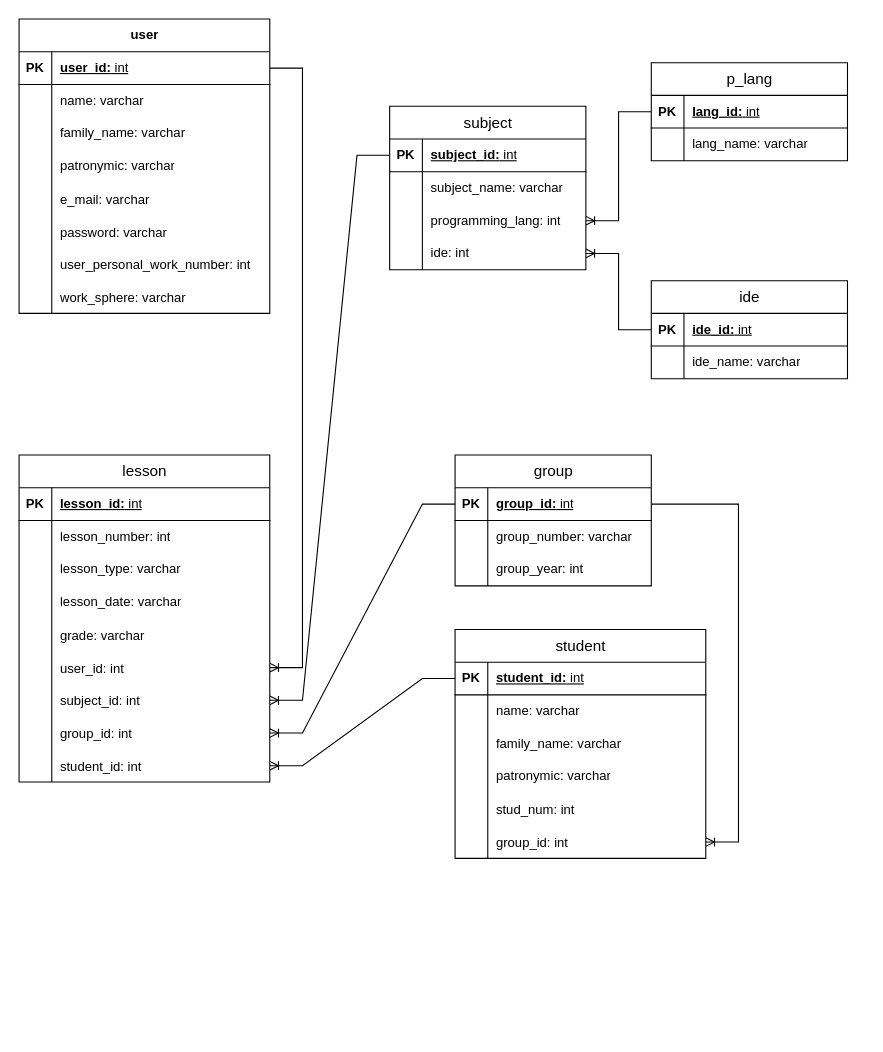
PaulMatthewss/PP2 keeps this draw.io diagram as ERD_logical.drawio. Above is the earlier version. Source tidied: cells renumbered, new cells numbered last; positions are measured from the earlier drawing's top-left corner, leaving out a move shared by most shapes. Both pictures are drawn from the tidied source at 109%, with x=0, y=0 at pixel (19, 19).
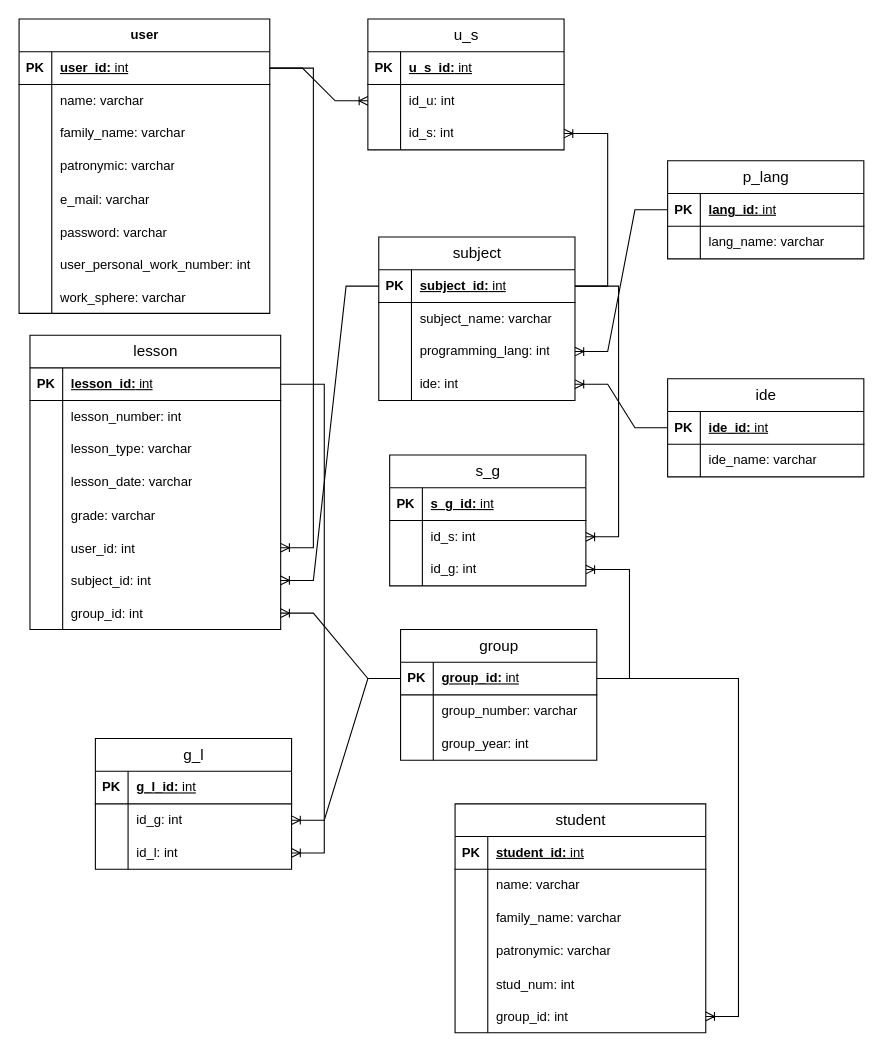
Above is the later version.

The change refers to these unchanged cells:
```xml
<mxCell id="5" style="shape=tableRow;horizontal=0;startSize=0;swimlaneHead=0;swimlaneBody=0;fillColor=none;points=[[0,0.5],[1,0.5]];portConstraint=eastwest;top=0;left=0;right=0;bottom=1;" parent="4" vertex="1">
  <mxGeometry y="30" width="230" height="30" as="geometry" />
</mxCell>
<mxCell id="30" style="shape=tableRow;horizontal=0;startSize=0;swimlaneHead=0;swimlaneBody=0;fillColor=none;points=[[0,0.5],[1,0.5]];portConstraint=eastwest;top=0;left=0;right=0;bottom=1;" parent="29" vertex="1">
  <mxGeometry y="30" width="180" height="30" as="geometry" />
</mxCell>
<mxCell id="36" style="shape=tableRow;horizontal=0;startSize=0;swimlaneHead=0;swimlaneBody=0;fillColor=none;points=[[0,0.5],[1,0.5]];portConstraint=eastwest;top=0;left=0;right=0;bottom=0;" parent="29" vertex="1">
  <mxGeometry y="90" width="180" height="30" as="geometry" />
</mxCell>
<mxCell id="39" style="shape=tableRow;horizontal=0;startSize=0;swimlaneHead=0;swimlaneBody=0;fillColor=none;points=[[0,0.5],[1,0.5]];portConstraint=eastwest;top=0;left=0;right=0;bottom=0;" parent="29" vertex="1">
  <mxGeometry y="120" width="180" height="30" as="geometry" />
</mxCell>
<mxCell id="57" style="shape=tableRow;horizontal=0;startSize=0;swimlaneHead=0;swimlaneBody=0;fillColor=none;points=[[0,0.5],[1,0.5]];portConstraint=eastwest;top=0;left=0;right=0;bottom=1;" parent="56" vertex="1">
  <mxGeometry y="30" width="180" height="30" as="geometry" />
</mxCell>
<mxCell id="67" style="shape=tableRow;horizontal=0;startSize=0;swimlaneHead=0;swimlaneBody=0;fillColor=none;points=[[0,0.5],[1,0.5]];portConstraint=eastwest;top=0;left=0;right=0;bottom=1;" parent="66" vertex="1">
  <mxGeometry y="30" width="230" height="30" as="geometry" />
</mxCell>
<mxCell id="86" style="shape=tableRow;horizontal=0;startSize=0;swimlaneHead=0;swimlaneBody=0;fillColor=none;points=[[0,0.5],[1,0.5]];portConstraint=eastwest;top=0;left=0;right=0;bottom=1;" parent="85" vertex="1">
  <mxGeometry y="30" width="230" height="30" as="geometry" />
</mxCell>
```

Diff of the diagram source:
```diff
@@
     <mxCell id="2" style="edgeStyle=entityRelationEdgeStyle;fontSize=12;html=1;endArrow=ERoneToMany;rounded=0;" parent="1" edge="1" source="49" target="39">
       <mxGeometry relative="1" as="geometry">
         <Array as="points">
-          <mxPoint x="556" y="795" />
+          <mxPoint x="571" y="885" />
         </Array>
       </mxGeometry>
     </mxCell>
     <mxCell id="3" style="edgeStyle=entityRelationEdgeStyle;fontSize=12;html=1;endArrow=ERoneToMany;rounded=0;" parent="1" edge="1" source="42" target="36">
       <mxGeometry relative="1" as="geometry">
         <Array as="points">
-          <mxPoint x="490" y="610" />
-          <mxPoint x="490" y="600" />
+          <mxPoint x="505" y="700" />
+          <mxPoint x="505" y="690" />
         </Array>
       </mxGeometry>
     </mxCell>
@@
     <mxCell id="29" value="&lt;span style=&quot;font-size: 14px; font-weight: 400; text-wrap: wrap;&quot;&gt;subject&lt;/span&gt;" style="shape=table;startSize=30;childLayout=tableLayout;rowLines=0;fontStyle=1;align=center;html=1;" parent="1" vertex="1">
-      <mxGeometry x="340" y="80" width="180" height="150" as="geometry" />
+      <mxGeometry x="330" y="200" width="180" height="150" as="geometry" />
     </mxCell>
@@
     <mxCell id="42" value="&lt;span style=&quot;font-size: 14px; font-weight: 400; text-wrap: wrap;&quot;&gt;p_lang&lt;/span&gt;" style="shape=table;startSize=30;childLayout=tableLayout;rowLines=0;fontStyle=1;align=center;html=1;" parent="1" vertex="1">
-      <mxGeometry x="580" y="40" width="180" height="90" as="geometry" />
+      <mxGeometry x="595" y="130" width="180" height="90" as="geometry" />
     </mxCell>
@@
     <mxCell id="49" value="&lt;span style=&quot;font-size: 14px; font-weight: 400; text-wrap: wrap;&quot;&gt;ide&lt;/span&gt;" style="shape=table;startSize=30;childLayout=tableLayout;rowLines=0;fontStyle=1;align=center;html=1;" parent="1" vertex="1">
-      <mxGeometry x="580" y="240" width="180" height="90" as="geometry" />
+      <mxGeometry x="595" y="330" width="180" height="90" as="geometry" />
     </mxCell>
@@
     <mxCell id="56" value="&lt;span style=&quot;font-size: 14px; font-weight: 400; text-wrap: wrap;&quot;&gt;group&lt;/span&gt;" style="shape=table;startSize=30;childLayout=tableLayout;rowLines=0;fontStyle=1;align=center;html=1;" parent="1" vertex="1">
-      <mxGeometry x="400" y="400" width="180" height="120" as="geometry" />
+      <mxGeometry x="350" y="560" width="180" height="120" as="geometry" />
     </mxCell>
@@
     <mxCell id="66" value="&lt;span style=&quot;font-size: 14px; font-weight: 400; text-wrap: wrap;&quot;&gt;student&lt;/span&gt;" style="shape=table;startSize=30;childLayout=tableLayout;rowLines=0;fontStyle=1;align=center;html=1;" parent="1" vertex="1">
-      <mxGeometry x="400" y="560" width="230" height="210" as="geometry" />
+      <mxGeometry x="400" y="720" width="230" height="210" as="geometry" />
     </mxCell>
@@
     <mxCell id="85" value="&lt;span style=&quot;font-size: 14px; font-weight: 400; text-wrap: wrap;&quot;&gt;lesson&lt;/span&gt;" style="shape=table;startSize=30;childLayout=tableLayout;rowLines=0;fontStyle=1;align=center;html=1;" parent="1" vertex="1">
-      <mxGeometry y="400" width="230" height="300" as="geometry" />
+      <mxGeometry x="10" y="290" width="230" height="270" as="geometry" />
     </mxCell>
@@
-    <mxCell id="110" style="shape=tableRow;horizontal=0;startSize=0;swimlaneHead=0;swimlaneBody=0;fillColor=none;points=[[0,0.5],[1,0.5]];portConstraint=eastwest;top=0;left=0;right=0;bottom=0;" parent="85" vertex="1">
-      <mxGeometry y="270" width="230" height="30" as="geometry" />
-    </mxCell>
-    <mxCell id="111" style="shape=partialRectangle;fillColor=none;top=0;left=0;bottom=0;right=0;overflow=hidden;" parent="110" vertex="1">
-      <mxGeometry width="30" height="30" as="geometry" />
-    </mxCell>
-    <mxCell id="112" value="student_id: int" style="shape=partialRectangle;fillColor=none;top=0;left=0;bottom=0;right=0;align=left;spacingLeft=6;overflow=hidden;" parent="110" vertex="1">
-      <mxGeometry x="30" width="200" height="30" as="geometry" />
-    </mxCell>
@@
-    <mxCell id="117" style="edgeStyle=entityRelationEdgeStyle;fontSize=12;html=1;endArrow=ERoneToMany;rounded=0;" parent="1" edge="1" source="67" target="110">
-      <mxGeometry relative="1" as="geometry" />
-    </mxCell>
+    <mxCell id="118" value="&lt;span style=&quot;font-size: 14px; font-weight: 400; text-wrap: wrap;&quot;&gt;u_s&lt;/span&gt;" style="shape=table;startSize=30;childLayout=tableLayout;rowLines=0;fontStyle=1;align=center;html=1;" parent="1" vertex="1">
+      <mxGeometry x="320" width="180" height="120" as="geometry" />
+    </mxCell>
+    <mxCell id="119" style="shape=tableRow;horizontal=0;startSize=0;swimlaneHead=0;swimlaneBody=0;fillColor=none;top=0;left=0;right=0;bottom=1;" parent="118" vertex="1">
+      <mxGeometry y="30" width="180" height="30" as="geometry" />
+    </mxCell>
+    <mxCell id="120" value="PK" style="shape=partialRectangle;fillColor=none;top=0;left=0;bottom=0;right=0;fontStyle=1;overflow=hidden;whiteSpace=wrap;html=1;" parent="119" vertex="1">
+      <mxGeometry width="30" height="30" as="geometry" />
+    </mxCell>
+    <mxCell id="121" value="&lt;div style=&quot;font-weight: 400; text-wrap: nowrap;&quot;&gt;&lt;span style=&quot;font-weight: 700; text-wrap: wrap;&quot;&gt;u_s_id:&lt;/span&gt;&amp;nbsp;int&lt;/div&gt;" style="shape=partialRectangle;fillColor=none;top=0;left=0;bottom=0;right=0;align=left;spacingLeft=6;fontStyle=5;overflow=hidden;whiteSpace=wrap;html=1;" parent="119" vertex="1">
+      <mxGeometry x="30" width="150" height="30" as="geometry" />
+    </mxCell>
+    <mxCell id="122" style="shape=tableRow;horizontal=0;startSize=0;swimlaneHead=0;swimlaneBody=0;fillColor=none;points=[[0,0.5],[1,0.5]];portConstraint=eastwest;top=0;left=0;right=0;bottom=0;" parent="118" vertex="1">
+      <mxGeometry y="60" width="180" height="30" as="geometry" />
+    </mxCell>
+    <mxCell id="123" style="shape=partialRectangle;fillColor=none;top=0;left=0;bottom=0;right=0;overflow=hidden;whiteSpace=wrap;html=1;" parent="122" vertex="1">
+      <mxGeometry width="30" height="30" as="geometry" />
+    </mxCell>
+    <mxCell id="124" value="&lt;div style=&quot;text-wrap: nowrap; text-align: justify;&quot;&gt;&lt;div style=&quot;text-align: left;&quot;&gt;&lt;span style=&quot;text-align: center; background-color: initial;&quot;&gt;id_u: int&lt;/span&gt;&lt;/div&gt;&lt;/div&gt;" style="shape=partialRectangle;fillColor=none;top=0;left=0;bottom=0;right=0;align=left;spacingLeft=6;overflow=hidden;whiteSpace=wrap;html=1;" parent="122" vertex="1">
+      <mxGeometry x="30" width="150" height="30" as="geometry" />
+    </mxCell>
+    <mxCell id="125" style="shape=tableRow;horizontal=0;startSize=0;swimlaneHead=0;swimlaneBody=0;fillColor=none;points=[[0,0.5],[1,0.5]];portConstraint=eastwest;top=0;left=0;right=0;bottom=0;" parent="118" vertex="1">
+      <mxGeometry y="90" width="180" height="30" as="geometry" />
+    </mxCell>
+    <mxCell id="126" style="shape=partialRectangle;fillColor=none;top=0;left=0;bottom=0;right=0;overflow=hidden;whiteSpace=wrap;html=1;" parent="125" vertex="1">
+      <mxGeometry width="30" height="30" as="geometry" />
+    </mxCell>
+    <mxCell id="127" value="&lt;div style=&quot;text-wrap: nowrap; text-align: justify;&quot;&gt;id_s: int&lt;/div&gt;" style="shape=partialRectangle;fillColor=none;top=0;left=0;bottom=0;right=0;align=left;spacingLeft=6;overflow=hidden;whiteSpace=wrap;html=1;" parent="125" vertex="1">
+      <mxGeometry x="30" width="150" height="30" as="geometry" />
+    </mxCell>
+    <mxCell id="128" style="edgeStyle=entityRelationEdgeStyle;fontSize=12;html=1;endArrow=ERoneToMany;rounded=0;" parent="1" edge="1" source="5" target="122">
+      <mxGeometry relative="1" as="geometry" />
+    </mxCell>
+    <mxCell id="129" style="edgeStyle=entityRelationEdgeStyle;fontSize=12;html=1;endArrow=ERoneToMany;rounded=0;" parent="1" edge="1" source="30" target="125">
+      <mxGeometry relative="1" as="geometry" />
+    </mxCell>
+    <mxCell id="130" value="&lt;span style=&quot;font-size: 14px; font-weight: 400; text-wrap: wrap;&quot;&gt;s_g&lt;/span&gt;" style="shape=table;startSize=30;childLayout=tableLayout;rowLines=0;fontStyle=1;align=center;html=1;" parent="1" vertex="1">
+      <mxGeometry x="340" y="400" width="180" height="120" as="geometry" />
+    </mxCell>
+    <mxCell id="131" style="shape=tableRow;horizontal=0;startSize=0;swimlaneHead=0;swimlaneBody=0;fillColor=none;top=0;left=0;right=0;bottom=1;" parent="130" vertex="1">
+      <mxGeometry y="30" width="180" height="30" as="geometry" />
+    </mxCell>
+    <mxCell id="132" value="PK" style="shape=partialRectangle;fillColor=none;top=0;left=0;bottom=0;right=0;fontStyle=1;overflow=hidden;whiteSpace=wrap;html=1;" parent="131" vertex="1">
+      <mxGeometry width="30" height="30" as="geometry" />
+    </mxCell>
+    <mxCell id="133" value="&lt;div style=&quot;font-weight: 400; text-wrap: nowrap;&quot;&gt;&lt;span style=&quot;font-weight: 700; text-wrap: wrap;&quot;&gt;s_g_id:&lt;/span&gt;&amp;nbsp;int&lt;/div&gt;" style="shape=partialRectangle;fillColor=none;top=0;left=0;bottom=0;right=0;align=left;spacingLeft=6;fontStyle=5;overflow=hidden;whiteSpace=wrap;html=1;" parent="131" vertex="1">
+      <mxGeometry x="30" width="150" height="30" as="geometry" />
+    </mxCell>
+    <mxCell id="134" style="shape=tableRow;horizontal=0;startSize=0;swimlaneHead=0;swimlaneBody=0;fillColor=none;points=[[0,0.5],[1,0.5]];portConstraint=eastwest;top=0;left=0;right=0;bottom=0;" parent="130" vertex="1">
+      <mxGeometry y="60" width="180" height="30" as="geometry" />
+    </mxCell>
+    <mxCell id="135" style="shape=partialRectangle;fillColor=none;top=0;left=0;bottom=0;right=0;overflow=hidden;whiteSpace=wrap;html=1;" parent="134" vertex="1">
+      <mxGeometry width="30" height="30" as="geometry" />
+    </mxCell>
+    <mxCell id="136" value="&lt;div style=&quot;text-wrap: nowrap; text-align: justify;&quot;&gt;&lt;div style=&quot;text-align: left;&quot;&gt;&lt;span style=&quot;text-align: center; background-color: initial;&quot;&gt;id_s: int&lt;/span&gt;&lt;/div&gt;&lt;/div&gt;" style="shape=partialRectangle;fillColor=none;top=0;left=0;bottom=0;right=0;align=left;spacingLeft=6;overflow=hidden;whiteSpace=wrap;html=1;" parent="134" vertex="1">
+      <mxGeometry x="30" width="150" height="30" as="geometry" />
+    </mxCell>
+    <mxCell id="137" style="shape=tableRow;horizontal=0;startSize=0;swimlaneHead=0;swimlaneBody=0;fillColor=none;points=[[0,0.5],[1,0.5]];portConstraint=eastwest;top=0;left=0;right=0;bottom=0;" parent="130" vertex="1">
+      <mxGeometry y="90" width="180" height="30" as="geometry" />
+    </mxCell>
+    <mxCell id="138" style="shape=partialRectangle;fillColor=none;top=0;left=0;bottom=0;right=0;overflow=hidden;whiteSpace=wrap;html=1;" parent="137" vertex="1">
+      <mxGeometry width="30" height="30" as="geometry" />
+    </mxCell>
+    <mxCell id="139" value="&lt;div style=&quot;text-wrap: nowrap; text-align: justify;&quot;&gt;id_g: int&lt;/div&gt;" style="shape=partialRectangle;fillColor=none;top=0;left=0;bottom=0;right=0;align=left;spacingLeft=6;overflow=hidden;whiteSpace=wrap;html=1;" parent="137" vertex="1">
+      <mxGeometry x="30" width="150" height="30" as="geometry" />
+    </mxCell>
+    <mxCell id="140" style="edgeStyle=entityRelationEdgeStyle;fontSize=12;html=1;endArrow=ERoneToMany;rounded=0;" parent="1" edge="1" source="30" target="134">
+      <mxGeometry relative="1" as="geometry" />
+    </mxCell>
+    <mxCell id="141" style="edgeStyle=entityRelationEdgeStyle;fontSize=12;html=1;endArrow=ERoneToMany;rounded=0;" parent="1" edge="1" source="57" target="137">
+      <mxGeometry relative="1" as="geometry" />
+    </mxCell>
+    <mxCell id="142" value="&lt;span style=&quot;font-size: 14px; font-weight: 400; text-wrap: wrap;&quot;&gt;g_l&lt;/span&gt;" style="shape=table;startSize=30;childLayout=tableLayout;rowLines=0;fontStyle=1;align=center;html=1;" parent="1" vertex="1">
+      <mxGeometry x="70" y="660" width="180" height="120" as="geometry" />
+    </mxCell>
+    <mxCell id="143" style="shape=tableRow;horizontal=0;startSize=0;swimlaneHead=0;swimlaneBody=0;fillColor=none;top=0;left=0;right=0;bottom=1;" parent="142" vertex="1">
+      <mxGeometry y="30" width="180" height="30" as="geometry" />
+    </mxCell>
+    <mxCell id="144" value="PK" style="shape=partialRectangle;fillColor=none;top=0;left=0;bottom=0;right=0;fontStyle=1;overflow=hidden;whiteSpace=wrap;html=1;" parent="143" vertex="1">
+      <mxGeometry width="30" height="30" as="geometry" />
+    </mxCell>
+    <mxCell id="145" value="&lt;div style=&quot;font-weight: 400; text-wrap: nowrap;&quot;&gt;&lt;span style=&quot;font-weight: 700; text-wrap: wrap;&quot;&gt;g_l_id:&lt;/span&gt;&amp;nbsp;int&lt;/div&gt;" style="shape=partialRectangle;fillColor=none;top=0;left=0;bottom=0;right=0;align=left;spacingLeft=6;fontStyle=5;overflow=hidden;whiteSpace=wrap;html=1;" parent="143" vertex="1">
+      <mxGeometry x="30" width="150" height="30" as="geometry" />
+    </mxCell>
+    <mxCell id="146" style="shape=tableRow;horizontal=0;startSize=0;swimlaneHead=0;swimlaneBody=0;fillColor=none;points=[[0,0.5],[1,0.5]];portConstraint=eastwest;top=0;left=0;right=0;bottom=0;" parent="142" vertex="1">
+      <mxGeometry y="60" width="180" height="30" as="geometry" />
+    </mxCell>
+    <mxCell id="147" style="shape=partialRectangle;fillColor=none;top=0;left=0;bottom=0;right=0;overflow=hidden;whiteSpace=wrap;html=1;" parent="146" vertex="1">
+      <mxGeometry width="30" height="30" as="geometry" />
+    </mxCell>
+    <mxCell id="148" value="&lt;div style=&quot;text-wrap: nowrap; text-align: justify;&quot;&gt;&lt;div style=&quot;text-align: left;&quot;&gt;&lt;span style=&quot;text-align: center; background-color: initial;&quot;&gt;id_g: int&lt;/span&gt;&lt;/div&gt;&lt;/div&gt;" style="shape=partialRectangle;fillColor=none;top=0;left=0;bottom=0;right=0;align=left;spacingLeft=6;overflow=hidden;whiteSpace=wrap;html=1;" parent="146" vertex="1">
+      <mxGeometry x="30" width="150" height="30" as="geometry" />
+    </mxCell>
+    <mxCell id="149" style="shape=tableRow;horizontal=0;startSize=0;swimlaneHead=0;swimlaneBody=0;fillColor=none;points=[[0,0.5],[1,0.5]];portConstraint=eastwest;top=0;left=0;right=0;bottom=0;" parent="142" vertex="1">
+      <mxGeometry y="90" width="180" height="30" as="geometry" />
+    </mxCell>
+    <mxCell id="150" style="shape=partialRectangle;fillColor=none;top=0;left=0;bottom=0;right=0;overflow=hidden;whiteSpace=wrap;html=1;" parent="149" vertex="1">
+      <mxGeometry width="30" height="30" as="geometry" />
+    </mxCell>
+    <mxCell id="151" value="&lt;div style=&quot;text-wrap: nowrap; text-align: justify;&quot;&gt;id_l: int&lt;/div&gt;" style="shape=partialRectangle;fillColor=none;top=0;left=0;bottom=0;right=0;align=left;spacingLeft=6;overflow=hidden;whiteSpace=wrap;html=1;" parent="149" vertex="1">
+      <mxGeometry x="30" width="150" height="30" as="geometry" />
+    </mxCell>
+    <mxCell id="152" style="edgeStyle=entityRelationEdgeStyle;fontSize=12;html=1;endArrow=ERoneToMany;rounded=0;" parent="1" edge="1" source="57" target="146">
+      <mxGeometry relative="1" as="geometry" />
+    </mxCell>
+    <mxCell id="153" style="edgeStyle=entityRelationEdgeStyle;fontSize=12;html=1;endArrow=ERoneToMany;rounded=0;" parent="1" edge="1" source="86" target="149">
+      <mxGeometry relative="1" as="geometry" />
+    </mxCell>
```
